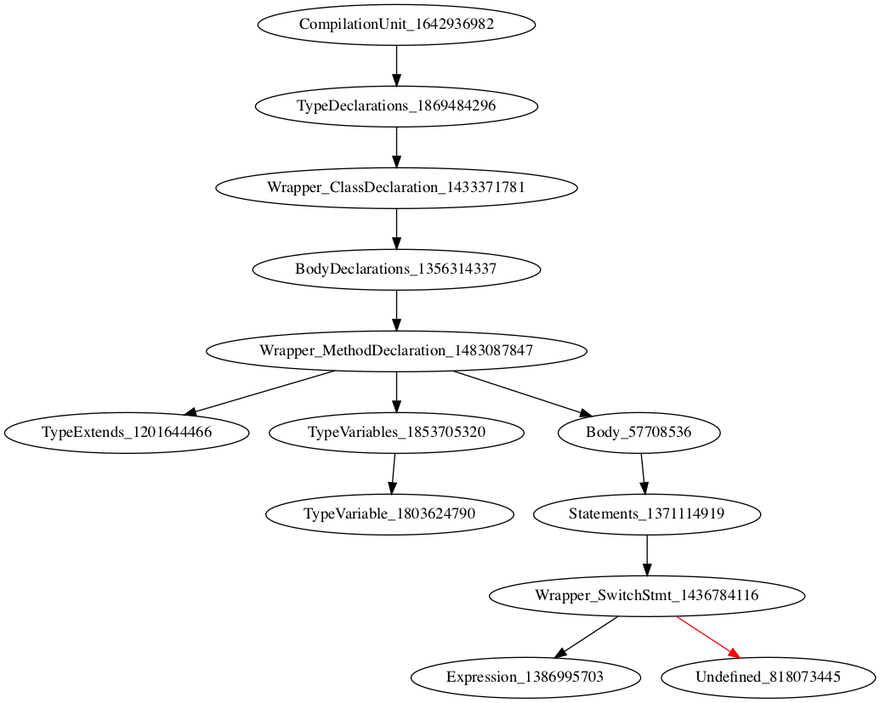
Earlier version of the Graphviz export holeAST.png (icse2023material/VoiceJava). Its source is kept beside it as holeAST.dot.
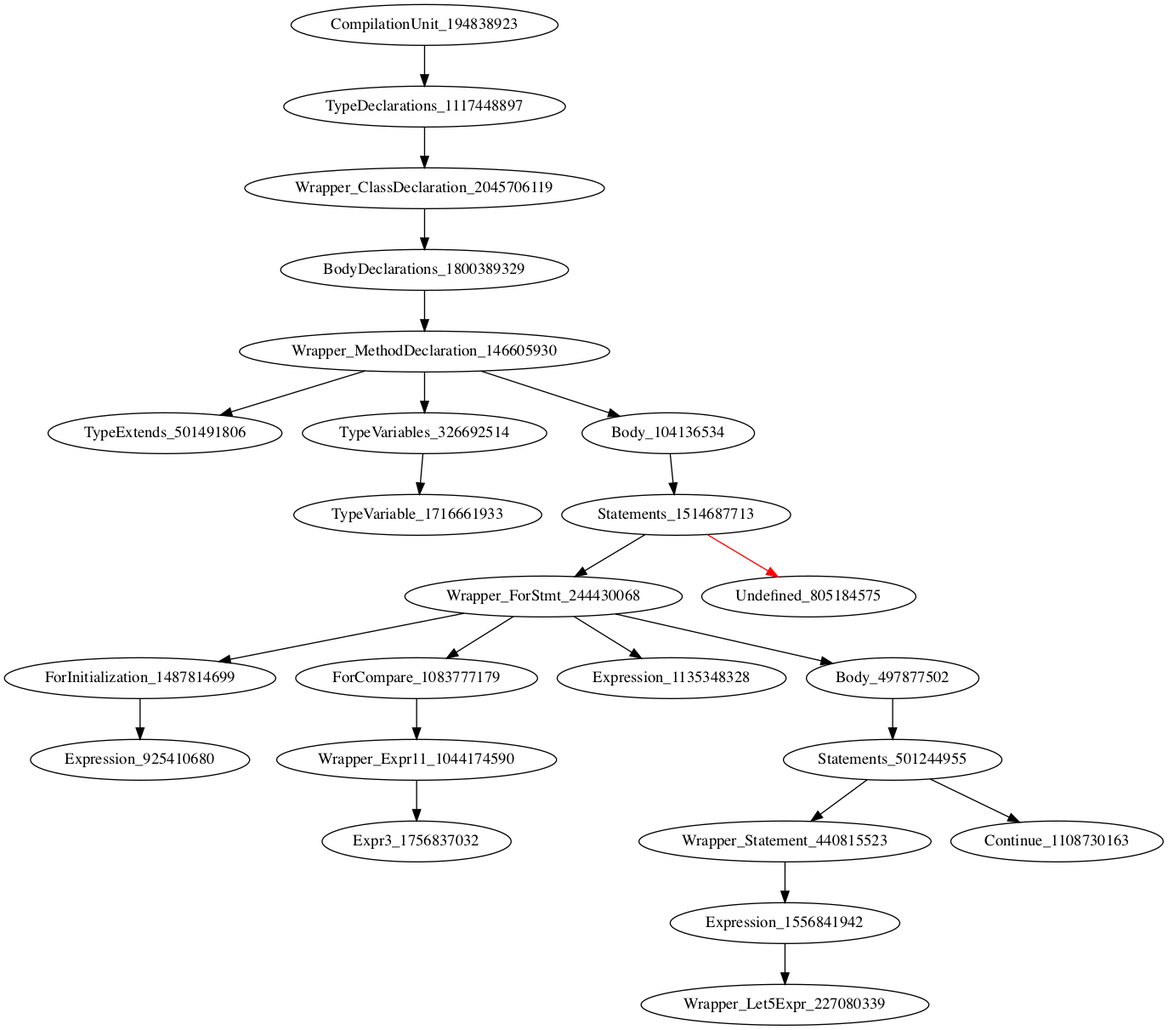
The same file after the commit.

Commit message:
[add] basic test for continue and break. todo: continue/break not fully supported.

What changed in the source:
```diff
@@ -1,14 +1,25 @@
 digraph {
-CompilationUnit_1642936982 -> TypeDeclarations_1869484296
-TypeDeclarations_1869484296 -> Wrapper_ClassDeclaration_1433371781
-Wrapper_ClassDeclaration_1433371781 -> BodyDeclarations_1356314337
-BodyDeclarations_1356314337 -> Wrapper_MethodDeclaration_1483087847
-Wrapper_MethodDeclaration_1483087847 -> TypeExtends_1201644466
-Wrapper_MethodDeclaration_1483087847 -> TypeVariables_1853705320
-Wrapper_MethodDeclaration_1483087847 -> Body_57708536
-TypeVariables_1853705320 -> TypeVariable_1803624790
-Body_57708536 -> Statements_1371114919
-Statements_1371114919 -> Wrapper_SwitchStmt_1436784116
-Wrapper_SwitchStmt_1436784116 -> Expression_1386995703
-Wrapper_SwitchStmt_1436784116 -> Undefined_818073445 [color = red]
+CompilationUnit_194838923 -> TypeDeclarations_1117448897
+TypeDeclarations_1117448897 -> Wrapper_ClassDeclaration_2045706119
+Wrapper_ClassDeclaration_2045706119 -> BodyDeclarations_1800389329
+BodyDeclarations_1800389329 -> Wrapper_MethodDeclaration_146605930
+Wrapper_MethodDeclaration_146605930 -> TypeExtends_501491806
+Wrapper_MethodDeclaration_146605930 -> TypeVariables_326692514
+Wrapper_MethodDeclaration_146605930 -> Body_104136534
+TypeVariables_326692514 -> TypeVariable_1716661933
+Body_104136534 -> Statements_1514687713
+Statements_1514687713 -> Wrapper_ForStmt_244430068
+Statements_1514687713 -> Undefined_805184575 [color = red]
+Wrapper_ForStmt_244430068 -> ForInitialization_1487814699
+Wrapper_ForStmt_244430068 -> ForCompare_1083777179
+Wrapper_ForStmt_244430068 -> Expression_1135348328
+Wrapper_ForStmt_244430068 -> Body_497877502
+ForInitialization_1487814699 -> Expression_925410680
+ForCompare_1083777179 -> Wrapper_Expr11_1044174590
+Body_497877502 -> Statements_501244955
+Wrapper_Expr11_1044174590 -> Expr3_1756837032
+Statements_501244955 -> Wrapper_Statement_440815523
+Statements_501244955 -> Continue_1108730163
+Wrapper_Statement_440815523 -> Expression_1556841942
+Expression_1556841942 -> Wrapper_Let5Expr_227080339
 }
```
